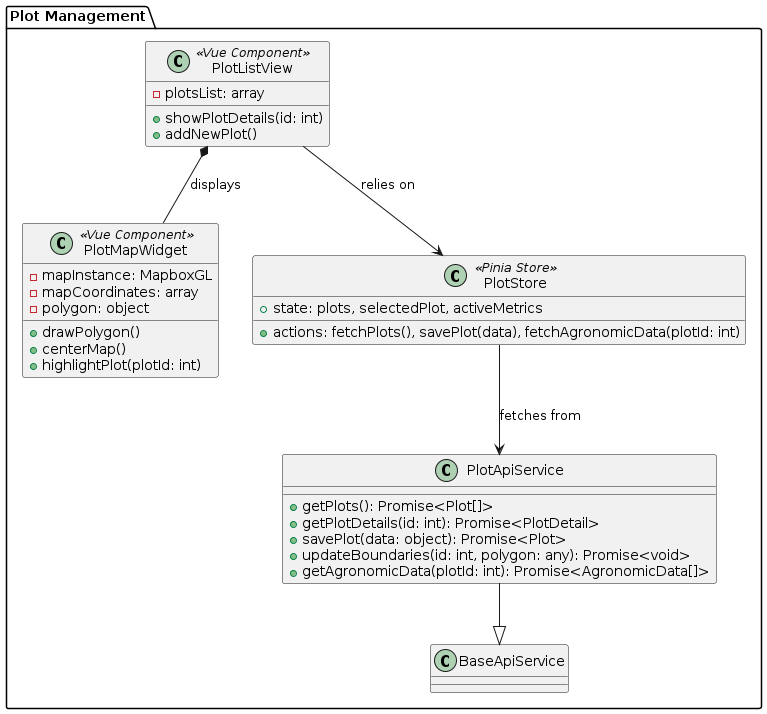
Before: report/assets/class-diagrams/plot-management-ui-component-diagram.png, a diagram exported from PlantUML (upc-pre-1asi0729-11848-arcadiadevs/viora-report).
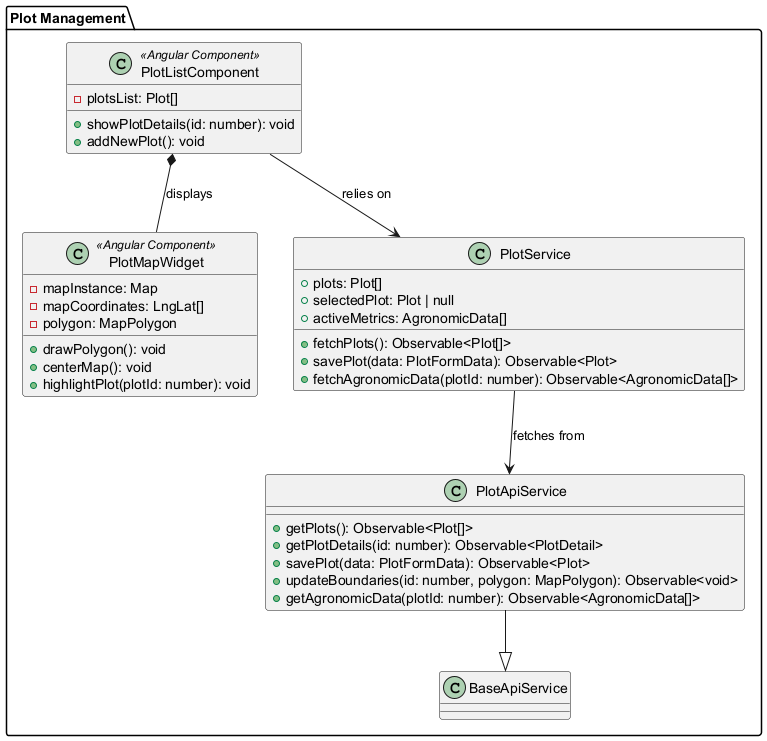
After the change.

What changed in the source:
```diff
@@ -1,36 +1,40 @@
 @startuml
 package "Plot Management" {
-    class PlotListView <<Vue Component>> {
-        - plotsList: array
-        + showPlotDetails(id: int)
-        + addNewPlot()
+    class PlotListComponent <<Angular Component>> {
+        - plotsList: Plot[]
+        + showPlotDetails(id: number): void
+        + addNewPlot(): void
     }
 
-    class PlotMapWidget <<Vue Component>> {
-        - mapInstance: MapboxGL
-        - mapCoordinates: array
-        - polygon: object
-        + drawPolygon()
-        + centerMap()
-        + highlightPlot(plotId: int)
+    class PlotMapWidget <<Angular Component>> {
+        - mapInstance: Map
+        - mapCoordinates: LngLat[]
+        - polygon: MapPolygon
+        + drawPolygon(): void
+        + centerMap(): void
+        + highlightPlot(plotId: number): void
     }
 
-    class PlotStore <<Pinia Store>> {
-        + state: plots, selectedPlot, activeMetrics
-        + actions: fetchPlots(), savePlot(data), fetchAgronomicData(plotId: int)
+    class PlotService {
+        + plots: Plot[]
+        + selectedPlot: Plot | null
+        + activeMetrics: AgronomicData[]
+        + fetchPlots(): Observable<Plot[]>
+        + savePlot(data: PlotFormData): Observable<Plot>
+        + fetchAgronomicData(plotId: number): Observable<AgronomicData[]>
     }
 
     class PlotApiService {
-        + getPlots(): Promise<Plot[]>
-        + getPlotDetails(id: int): Promise<PlotDetail>
-        + savePlot(data: object): Promise<Plot>
-        + updateBoundaries(id: int, polygon: any): Promise<void>
-        + getAgronomicData(plotId: int): Promise<AgronomicData[]>
+        + getPlots(): Observable<Plot[]>
+        + getPlotDetails(id: number): Observable<PlotDetail>
+        + savePlot(data: PlotFormData): Observable<Plot>
+        + updateBoundaries(id: number, polygon: MapPolygon): Observable<void>
+        + getAgronomicData(plotId: number): Observable<AgronomicData[]>
     }
 
     PlotApiService --|> BaseApiService
-    PlotListView *-- PlotMapWidget : displays
-    PlotListView --> PlotStore : relies on
-    PlotStore --> PlotApiService : fetches from
+    PlotListComponent *-- PlotMapWidget : displays
+    PlotListComponent --> PlotService : relies on
+    PlotService --> PlotApiService : fetches from
 }
 @enduml
```
